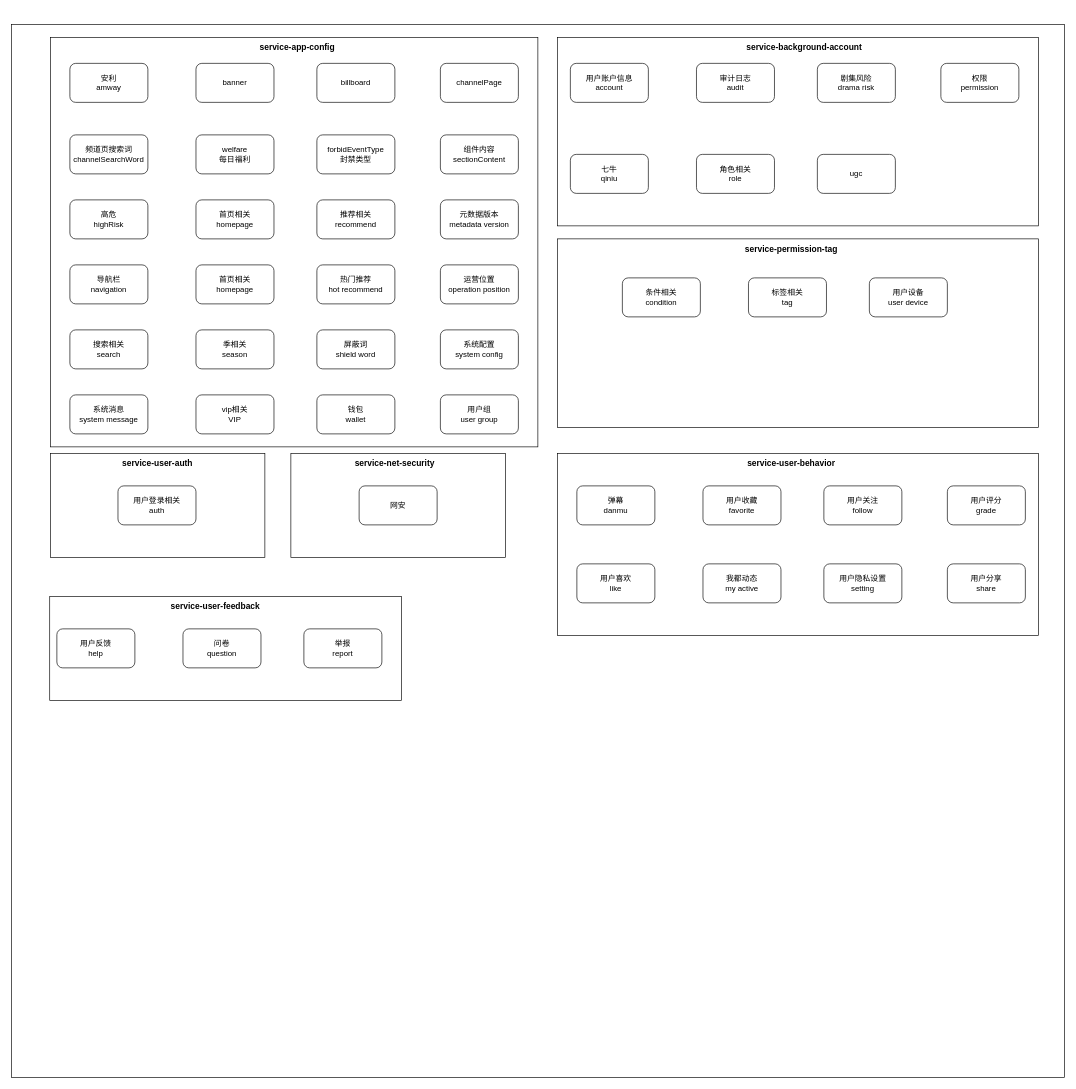
songmulin/rr-business keeps this draw.io diagram as page "All" (12 of 12) of service-app-config.drawio. Above is the earlier version. Source tidied: cells renumbered, new cells numbered last; positions are measured from the earlier drawing's top-left corner, leaving out a move shared by most shapes. Both pictures are drawn from the tidied source at 65%, with x=0, y=0 at pixel (11, 24).
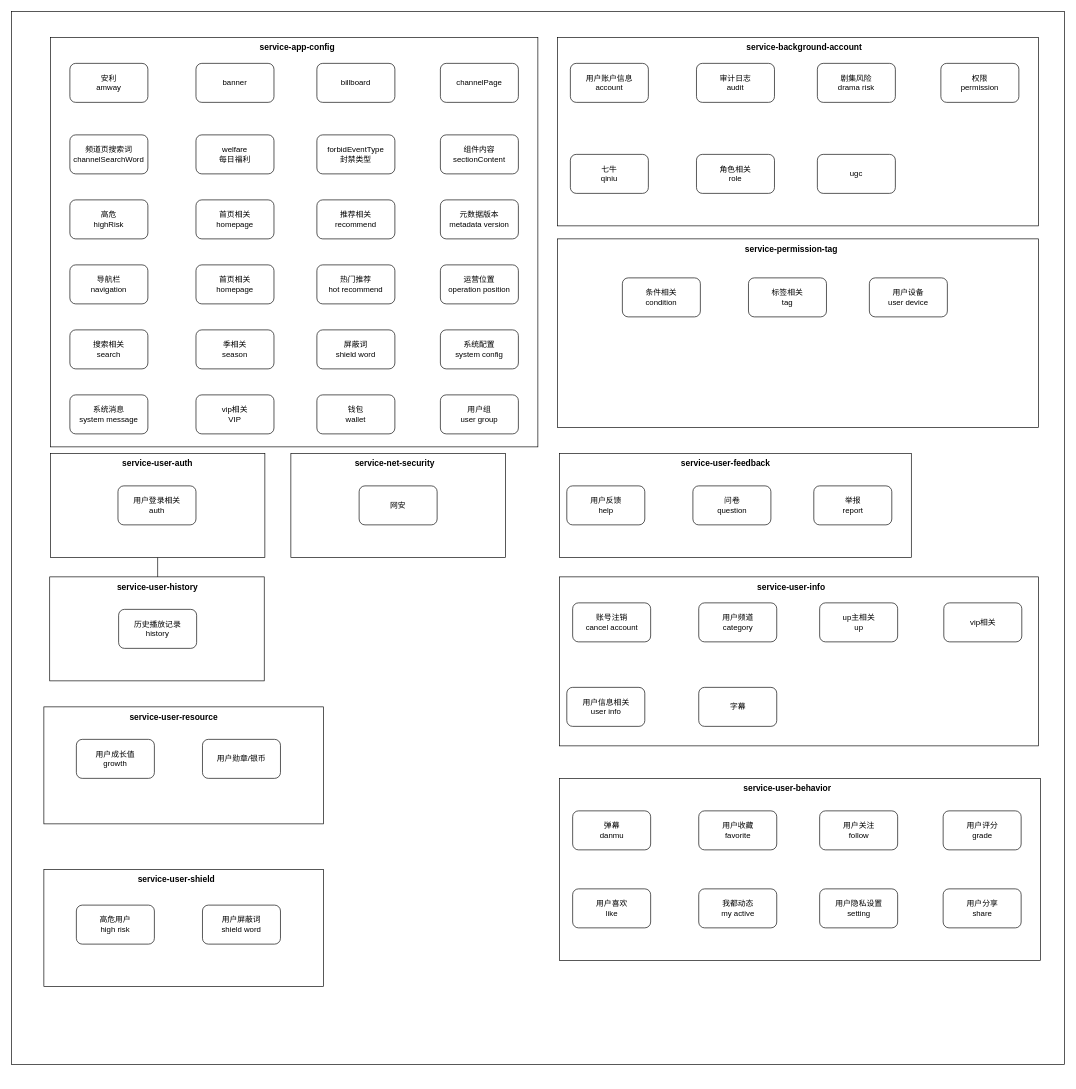
Above is the later version.

Unchanged cells that the change refers to:
```xml
<mxCell id="43" style="rounded=0;whiteSpace=wrap;html=1;fontSize=13;strokeWidth=1;" parent="1" vertex="1">
  <mxGeometry x="60" y="660" width="330" height="160" as="geometry" />
</mxCell>
```

Change to the diagram source:
```diff
@@
     <mxCell id="2" style="whiteSpace=wrap;html=1;" parent="1" vertex="1">
-      <mxGeometry width="1620" height="1620" as="geometry" />
+      <mxGeometry y="-20" width="1620" height="1620" as="geometry" />
     </mxCell>
@@
+    <mxCell id="64" style="edgeStyle=orthogonalEdgeStyle;rounded=0;jettySize=auto;html=1;fontSize=13;" parent="1" edge="1" source="43" target="67">
+      <mxGeometry relative="1" as="geometry" />
+    </mxCell>
@@
     <mxCell id="49" style="rounded=0;whiteSpace=wrap;html=1;fontSize=13;strokeWidth=1;" parent="1" vertex="1">
-      <mxGeometry x="840" y="660" width="740" height="280" as="geometry" />
+      <mxGeometry x="843.5" y="1160" width="740" height="280" as="geometry" />
     </mxCell>
     <mxCell id="50" value="弹幕&lt;br&gt;danmu" style="rounded=1;whiteSpace=wrap;html=1;" parent="1" vertex="1">
-      <mxGeometry x="870" y="710" width="120" height="60" as="geometry" />
+      <mxGeometry x="863.5" y="1210" width="120" height="60" as="geometry" />
     </mxCell>
     <mxCell id="51" value="用户收藏&lt;br&gt;favorite" style="rounded=1;whiteSpace=wrap;html=1;" parent="1" vertex="1">
-      <mxGeometry x="1064" y="710" width="120" height="60" as="geometry" />
+      <mxGeometry x="1057.5" y="1210" width="120" height="60" as="geometry" />
     </mxCell>
     <mxCell id="52" value="用户关注&lt;br&gt;follow" style="rounded=1;whiteSpace=wrap;html=1;" parent="1" vertex="1">
-      <mxGeometry x="1250" y="710" width="120" height="60" as="geometry" />
+      <mxGeometry x="1243.5" y="1210" width="120" height="60" as="geometry" />
     </mxCell>
     <mxCell id="53" value="用户评分&lt;br&gt;grade" style="rounded=1;whiteSpace=wrap;html=1;" parent="1" vertex="1">
-      <mxGeometry x="1440" y="710" width="120" height="60" as="geometry" />
+      <mxGeometry x="1433.5" y="1210" width="120" height="60" as="geometry" />
     </mxCell>
     <mxCell id="54" value="用户喜欢&lt;br&gt;like" style="rounded=1;whiteSpace=wrap;html=1;" parent="1" vertex="1">
-      <mxGeometry x="870" y="830" width="120" height="60" as="geometry" />
+      <mxGeometry x="863.5" y="1330" width="120" height="60" as="geometry" />
     </mxCell>
     <mxCell id="55" value="我都动态&lt;br&gt;my active" style="rounded=1;whiteSpace=wrap;html=1;" parent="1" vertex="1">
-      <mxGeometry x="1064" y="830" width="120" height="60" as="geometry" />
+      <mxGeometry x="1057.5" y="1330" width="120" height="60" as="geometry" />
     </mxCell>
     <mxCell id="56" value="用户隐私设置&lt;br&gt;setting" style="rounded=1;whiteSpace=wrap;html=1;" parent="1" vertex="1">
-      <mxGeometry x="1250" y="830" width="120" height="60" as="geometry" />
+      <mxGeometry x="1243.5" y="1330" width="120" height="60" as="geometry" />
     </mxCell>
     <mxCell id="57" value="用户分享&lt;br&gt;share" style="rounded=1;whiteSpace=wrap;html=1;" parent="1" vertex="1">
-      <mxGeometry x="1440" y="830" width="120" height="60" as="geometry" />
+      <mxGeometry x="1433.5" y="1330" width="120" height="60" as="geometry" />
     </mxCell>
     <mxCell id="58" value="service-user-behavior" style="text;html=1;strokeColor=none;fillColor=none;align=center;verticalAlign=middle;whiteSpace=wrap;rounded=0;strokeWidth=1;fontStyle=1;fontSize=13;" parent="1" vertex="1">
-      <mxGeometry x="1110" y="670" width="180" height="10" as="geometry" />
+      <mxGeometry x="1103.5" y="1170" width="180" height="10" as="geometry" />
     </mxCell>
     <mxCell id="59" style="rounded=0;whiteSpace=wrap;html=1;fontSize=13;strokeWidth=1;" parent="1" vertex="1">
-      <mxGeometry x="59" y="880" width="541" height="160" as="geometry" />
+      <mxGeometry x="843.5" y="660" width="541" height="160" as="geometry" />
     </mxCell>
     <mxCell id="60" value="用户反馈&lt;br&gt;help" style="rounded=1;whiteSpace=wrap;html=1;" parent="1" vertex="1">
-      <mxGeometry x="70" y="930" width="120" height="60" as="geometry" />
+      <mxGeometry x="854.5" y="710" width="120" height="60" as="geometry" />
     </mxCell>
     <mxCell id="61" value="问卷&lt;br&gt;question" style="rounded=1;whiteSpace=wrap;html=1;" parent="1" vertex="1">
-      <mxGeometry x="264" y="930" width="120" height="60" as="geometry" />
+      <mxGeometry x="1048.5" y="710" width="120" height="60" as="geometry" />
     </mxCell>
     <mxCell id="62" value="举报&lt;br&gt;report" style="rounded=1;whiteSpace=wrap;html=1;" parent="1" vertex="1">
-      <mxGeometry x="450" y="930" width="120" height="60" as="geometry" />
+      <mxGeometry x="1234.5" y="710" width="120" height="60" as="geometry" />
     </mxCell>
     <mxCell id="63" value="service-user-feedback" style="text;html=1;strokeColor=none;fillColor=none;align=center;verticalAlign=middle;whiteSpace=wrap;rounded=0;strokeWidth=1;fontStyle=1;fontSize=13;" parent="1" vertex="1">
-      <mxGeometry x="224" y="890" width="180" height="10" as="geometry" />
+      <mxGeometry x="1008.5" y="670" width="180" height="10" as="geometry" />
     </mxCell>
+    <mxCell id="65" style="rounded=0;whiteSpace=wrap;html=1;fontSize=13;strokeWidth=1;" parent="1" vertex="1">
+      <mxGeometry x="59" y="850" width="330" height="160" as="geometry" />
+    </mxCell>
+    <mxCell id="66" value="service-user-history" style="text;html=1;strokeColor=none;fillColor=none;align=center;verticalAlign=middle;whiteSpace=wrap;rounded=0;strokeWidth=1;fontStyle=1;fontSize=13;" parent="1" vertex="1">
+      <mxGeometry x="135" y="860" width="180" height="10" as="geometry" />
+    </mxCell>
+    <mxCell id="67" value="历史播放记录&lt;br&gt;history" style="rounded=1;whiteSpace=wrap;html=1;" parent="1" vertex="1">
+      <mxGeometry x="165" y="900" width="120" height="60" as="geometry" />
+    </mxCell>
+    <mxCell id="68" style="rounded=0;whiteSpace=wrap;html=1;fontSize=13;strokeWidth=1;" parent="1" vertex="1">
+      <mxGeometry x="843.5" y="850" width="736.5" height="260" as="geometry" />
+    </mxCell>
+    <mxCell id="69" value="service-user-info" style="text;html=1;strokeColor=none;fillColor=none;align=center;verticalAlign=middle;whiteSpace=wrap;rounded=0;strokeWidth=1;fontStyle=1;fontSize=13;" parent="1" vertex="1">
+      <mxGeometry x="1110" y="860" width="180" height="10" as="geometry" />
+    </mxCell>
+    <mxCell id="70" value="账号注销&lt;br&gt;cancel account" style="rounded=1;whiteSpace=wrap;html=1;" parent="1" vertex="1">
+      <mxGeometry x="863.5" y="890" width="120" height="60" as="geometry" />
+    </mxCell>
+    <mxCell id="71" value="用户频道&lt;br&gt;category" style="rounded=1;whiteSpace=wrap;html=1;" parent="1" vertex="1">
+      <mxGeometry x="1057.5" y="890" width="120" height="60" as="geometry" />
+    </mxCell>
+    <mxCell id="72" value="up主相关&lt;br&gt;up" style="rounded=1;whiteSpace=wrap;html=1;" parent="1" vertex="1">
+      <mxGeometry x="1243.5" y="890" width="120" height="60" as="geometry" />
+    </mxCell>
+    <mxCell id="73" value="vip相关" style="rounded=1;whiteSpace=wrap;html=1;" parent="1" vertex="1">
+      <mxGeometry x="1434.5" y="890" width="120" height="60" as="geometry" />
+    </mxCell>
+    <mxCell id="74" value="用户信息相关&lt;br&gt;user info" style="rounded=1;whiteSpace=wrap;html=1;" parent="1" vertex="1">
+      <mxGeometry x="854.5" y="1020" width="120" height="60" as="geometry" />
+    </mxCell>
+    <mxCell id="75" value="字幕" style="rounded=1;whiteSpace=wrap;html=1;" parent="1" vertex="1">
+      <mxGeometry x="1057.5" y="1020" width="120" height="60" as="geometry" />
+    </mxCell>
+    <mxCell id="76" style="rounded=0;whiteSpace=wrap;html=1;fontSize=13;strokeWidth=1;" parent="1" vertex="1">
+      <mxGeometry x="50" y="1050" width="430" height="180" as="geometry" />
+    </mxCell>
+    <mxCell id="77" value="用户成长值&lt;br&gt;growth" style="rounded=1;whiteSpace=wrap;html=1;" parent="1" vertex="1">
+      <mxGeometry x="100" y="1100" width="120" height="60" as="geometry" />
+    </mxCell>
+    <mxCell id="78" value="用户勋章/银币" style="rounded=1;whiteSpace=wrap;html=1;" parent="1" vertex="1">
+      <mxGeometry x="294" y="1100" width="120" height="60" as="geometry" />
+    </mxCell>
+    <mxCell id="79" value="service-user-resource" style="text;html=1;strokeColor=none;fillColor=none;align=center;verticalAlign=middle;whiteSpace=wrap;rounded=0;strokeWidth=1;fontStyle=1;fontSize=13;" parent="1" vertex="1">
+      <mxGeometry x="160" y="1060" width="180" height="10" as="geometry" />
+    </mxCell>
+    <mxCell id="80" style="rounded=0;whiteSpace=wrap;html=1;fontSize=13;strokeWidth=1;" parent="1" vertex="1">
+      <mxGeometry x="50" y="1300" width="430" height="180" as="geometry" />
+    </mxCell>
+    <mxCell id="81" value="service-user-shield" style="text;html=1;strokeColor=none;fillColor=none;align=center;verticalAlign=middle;whiteSpace=wrap;rounded=0;strokeWidth=1;fontStyle=1;fontSize=13;" parent="1" vertex="1">
+      <mxGeometry x="164" y="1310" width="180" height="10" as="geometry" />
+    </mxCell>
+    <mxCell id="82" value="高危用户&lt;br&gt;high risk" style="rounded=1;whiteSpace=wrap;html=1;" parent="1" vertex="1">
+      <mxGeometry x="100" y="1355" width="120" height="60" as="geometry" />
+    </mxCell>
+    <mxCell id="83" value="用户屏蔽词&lt;br&gt;shield word" style="rounded=1;whiteSpace=wrap;html=1;" parent="1" vertex="1">
+      <mxGeometry x="294" y="1355" width="120" height="60" as="geometry" />
+    </mxCell>
```
